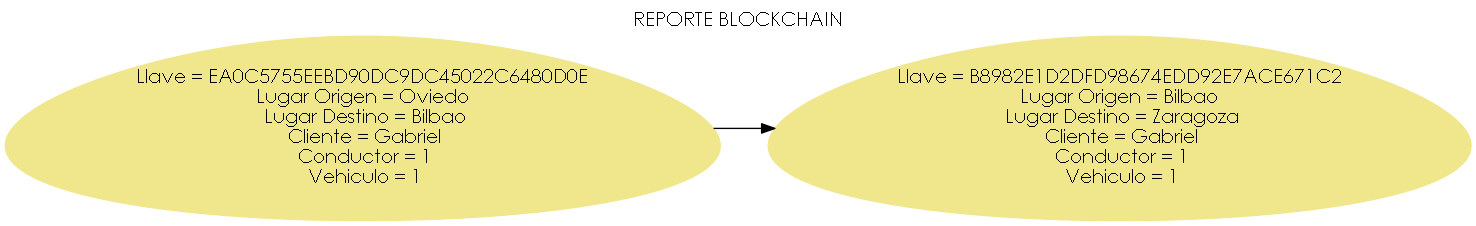
Before: Proyecto2_201700733_201709166/ReporteBC.png, a diagram exported from Graphviz (ByLy23/EDD_Jun_2020_201700733_P2_201709166). Its source is kept beside it as Proyecto2_201700733_201709166/ReporteBC.dot.
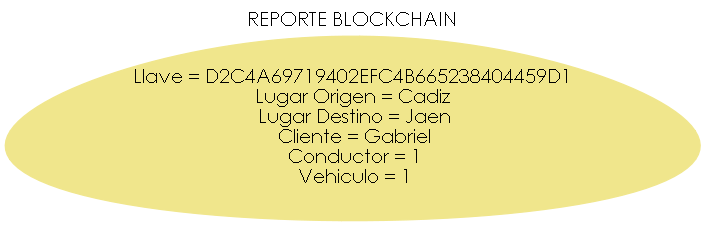
Above is the later version.

Diff of the diagram source:
```diff
@@ -3,6 +3,5 @@
  rankdir=LR;
  node[shape = egg, style=filled, color = khaki, fontname = "Century Gothic"]; graph [fontname = "Century Gothic"];
 labelloc = "t;"label = "REPORTE BLOCKCHAIN";
-xEA0C5755EEBD90DC9DC45022C6480D0E[dir=both label = "Llave = EA0C5755EEBD90DC9DC45022C6480D0E\nLugar Origen = Oviedo\n Lugar Destino = Bilbao\n Cliente = Gabriel\n Conductor = 1\n Vehiculo = 1"]xEA0C5755EEBD90DC9DC45022C6480D0E-> xB8982E1D2DFD98674EDD92E7ACE671C2
-xB8982E1D2DFD98674EDD92E7ACE671C2[dir=both label = "Llave = B8982E1D2DFD98674EDD92E7ACE671C2\nLugar Origen = Bilbao\n Lugar Destino = Zaragoza\n Cliente = Gabriel\n Conductor = 1\n Vehiculo = 1"]
+xD2C4A69719402EFC4B665238404459D1[dir=both label = "Llave = D2C4A69719402EFC4B665238404459D1\nLugar Origen = Cadiz\n Lugar Destino = Jaen\n Cliente = Gabriel\n Conductor = 1\n Vehiculo = 1"]
 }
```
